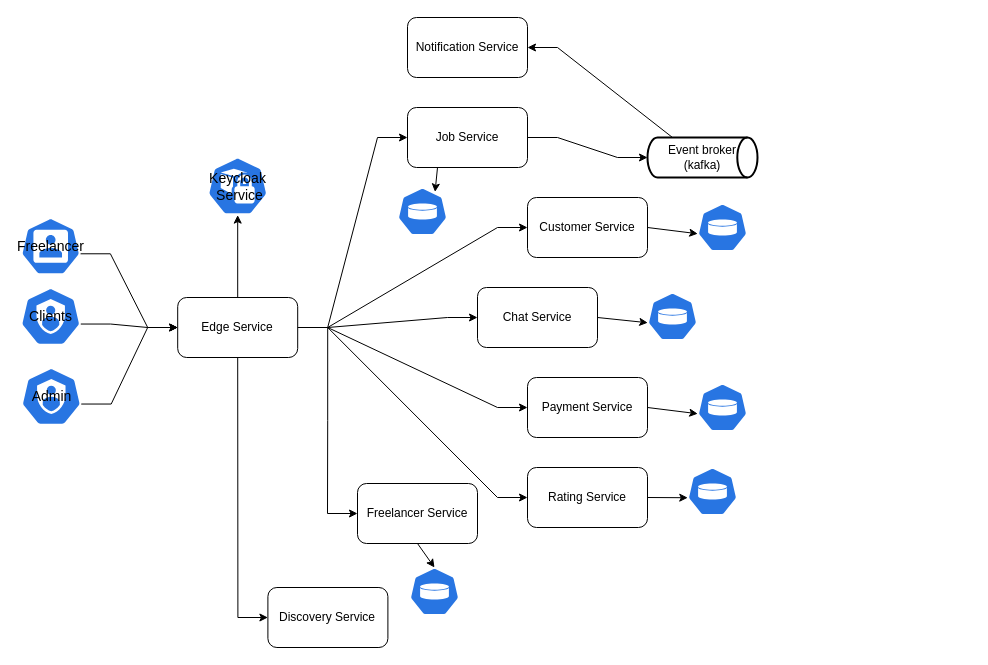
The draw.io diagram microservices-structure.drawio in ponchik18/freelance-exchanges, before the edit. Source tidied: cells renumbered, new cells numbered last; positions are measured from the earlier drawing's top-left corner, leaving out a move shared by most shapes. Both pictures are drawn from the tidied source at 100%, with x=0, y=0 at pixel (20, 17).
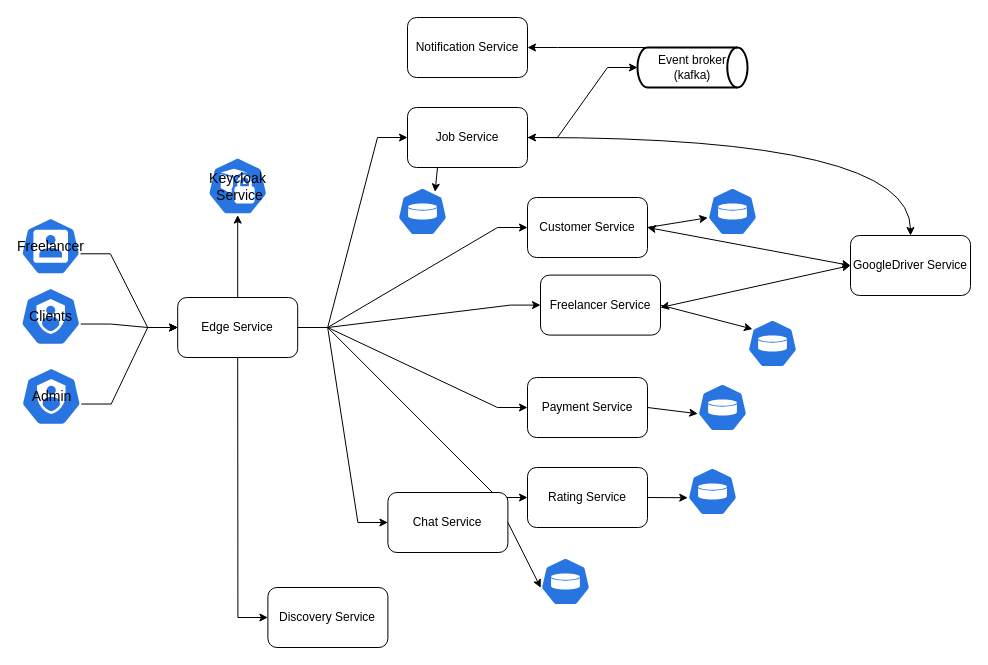
After the change.

The change refers to these unchanged cells:
```xml
<mxCell id="20" value="Customer Service" style="rounded=1;whiteSpace=wrap;html=1;" parent="1" vertex="1">
  <mxGeometry x="507" y="180" width="120" height="60" as="geometry" />
</mxCell>
<mxCell id="23" value="Job Service" style="rounded=1;whiteSpace=wrap;html=1;" parent="1" vertex="1">
  <mxGeometry x="387" y="90" width="120" height="60" as="geometry" />
</mxCell>
```

Diff of the diagram source:
```diff
@@
     <mxCell id="21" value="Freelancer Service" style="rounded=1;whiteSpace=wrap;html=1;" parent="1" vertex="1">
-      <mxGeometry x="337" y="466" width="120" height="60" as="geometry" />
+      <mxGeometry x="520" y="257.6" width="120" height="60" as="geometry" />
     </mxCell>
     <mxCell id="22" value="Chat Service" style="rounded=1;whiteSpace=wrap;html=1;" parent="1" vertex="1">
-      <mxGeometry x="457" y="270" width="120" height="60" as="geometry" />
+      <mxGeometry x="367.4" y="475" width="120" height="60" as="geometry" />
     </mxCell>
@@
     <mxCell id="28" value="Event broker&lt;br&gt;(kafka)" style="strokeWidth=2;html=1;shape=mxgraph.flowchart.direct_data;whiteSpace=wrap;" parent="1" vertex="1">
-      <mxGeometry x="627" y="120" width="110" height="40" as="geometry" />
+      <mxGeometry x="617" y="30" width="110" height="40" as="geometry" />
     </mxCell>
@@
     <mxCell id="31" style="sketch=0;html=1;dashed=0;whitespace=wrap;fillColor=#2875E2;strokeColor=#ffffff;points=[[0.005,0.63,0],[0.1,0.2,0],[0.9,0.2,0],[0.5,0,0],[0.995,0.63,0],[0.72,0.99,0],[0.5,1,0],[0.28,0.99,0]];shape=mxgraph.kubernetes.icon2;prIcon=vol;" parent="1" vertex="1">
-      <mxGeometry x="677" y="186" width="50" height="48" as="geometry" />
+      <mxGeometry x="687" y="170" width="50" height="48" as="geometry" />
     </mxCell>
     <mxCell id="32" style="sketch=0;html=1;dashed=0;whitespace=wrap;fillColor=#2875E2;strokeColor=#ffffff;points=[[0.005,0.63,0],[0.1,0.2,0],[0.9,0.2,0],[0.5,0,0],[0.995,0.63,0],[0.72,0.99,0],[0.5,1,0],[0.28,0.99,0]];shape=mxgraph.kubernetes.icon2;prIcon=vol;" parent="1" vertex="1">
-      <mxGeometry x="627" y="275" width="50" height="48" as="geometry" />
+      <mxGeometry x="520" y="540" width="50" height="48" as="geometry" />
     </mxCell>
@@
     <mxCell id="35" style="sketch=0;html=1;dashed=0;whitespace=wrap;fillColor=#2875E2;strokeColor=#ffffff;points=[[0.005,0.63,0],[0.1,0.2,0],[0.9,0.2,0],[0.5,0,0],[0.995,0.63,0],[0.72,0.99,0],[0.5,1,0],[0.28,0.99,0]];shape=mxgraph.kubernetes.icon2;prIcon=vol;" parent="1" vertex="1">
-      <mxGeometry x="389" y="550" width="50" height="48" as="geometry" />
+      <mxGeometry x="727" y="302" width="50" height="48" as="geometry" />
     </mxCell>
-    <mxCell id="36" style="edgeStyle=none;rounded=0;jettySize=auto;html=1;exitX=0.5;exitY=1;exitDx=0;exitDy=0;entryX=0.5;entryY=0;entryDx=0;entryDy=0;entryPerimeter=0;" parent="1" edge="1" source="21" target="35">
-      <mxGeometry relative="1" as="geometry" />
-    </mxCell>
@@
+    <mxCell id="41" value="GoogleDriver Service&lt;br&gt;" style="rounded=1;whiteSpace=wrap;html=1;" parent="1" vertex="1">
+      <mxGeometry x="830" y="218" width="120" height="60" as="geometry" />
+    </mxCell>
+    <mxCell id="36" style="edgeStyle=none;rounded=0;jettySize=auto;html=1;exitX=1;exitY=0.5;exitDx=0;exitDy=0;entryX=0.1;entryY=0.2;entryDx=0;entryDy=0;entryPerimeter=0;" parent="1" edge="1" source="21" target="35">
+      <mxGeometry relative="1" as="geometry" />
+    </mxCell>
+    <mxCell id="42" style="endArrow=classic;startArrow=classic;html=1;rounded=0;entryX=0;entryY=0.5;entryDx=0;entryDy=0;exitX=1;exitY=0.5;exitDx=0;exitDy=0;" parent="1" edge="1" source="20" target="41">
+      <mxGeometry relative="1" as="geometry" />
+    </mxCell>
+    <mxCell id="43" style="endArrow=classic;startArrow=classic;html=1;rounded=0;entryX=0;entryY=0.5;entryDx=0;entryDy=0;" parent="1" edge="1" target="41">
+      <mxGeometry relative="1" as="geometry">
+        <mxPoint x="640" y="290" as="sourcePoint" />
+      </mxGeometry>
+    </mxCell>
+    <mxCell id="44" style="endArrow=classic;startArrow=classic;html=1;rounded=0;exitX=1;exitY=0.5;exitDx=0;exitDy=0;entryX=0.5;entryY=0;entryDx=0;entryDy=0;edgeStyle=orthogonalEdgeStyle;curved=1;" parent="1" edge="1" source="23" target="41">
+      <mxGeometry relative="1" as="geometry" />
+    </mxCell>
```
